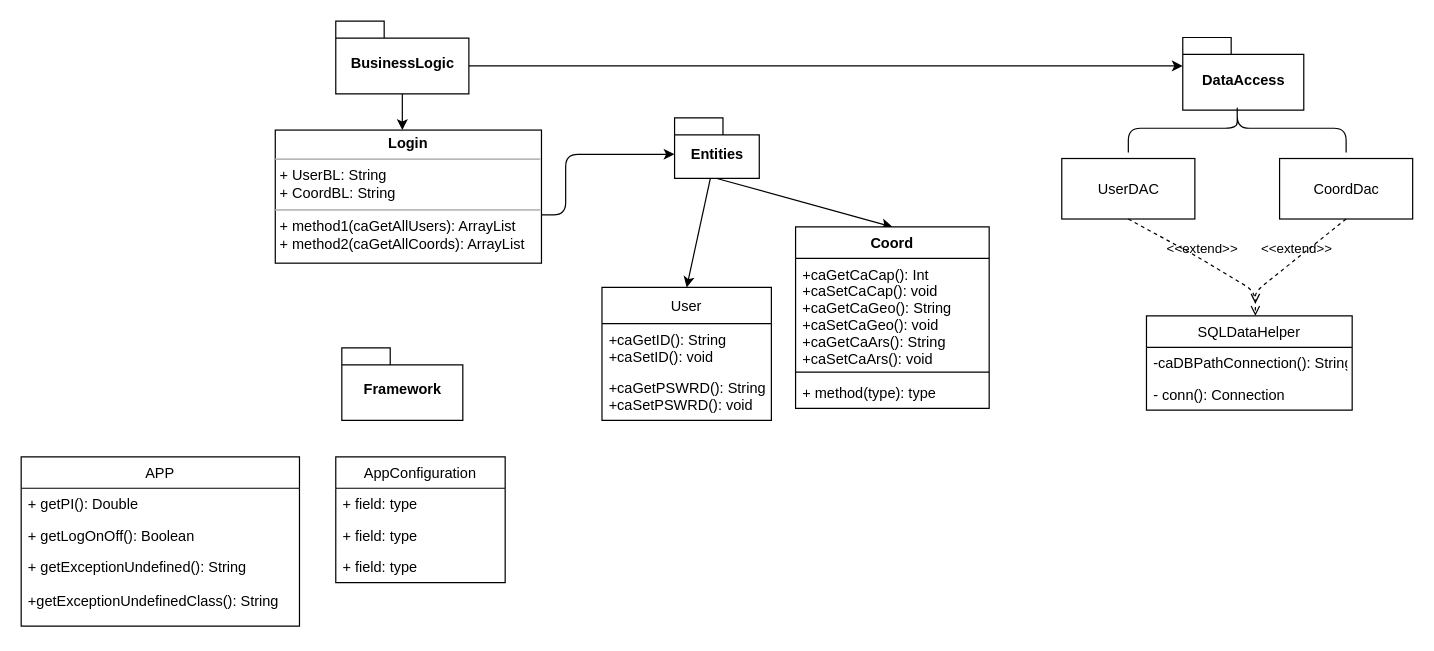
Earlier version of the draw.io diagram resources/diagUML.drawio (Alejololer/Examen). Source tidied: cells renumbered, new cells numbered last; positions are measured from the earlier drawing's top-left corner, leaving out a move shared by most shapes. Both pictures are drawn from the tidied source at 121%, with x=0, y=0 at pixel (21, 18).
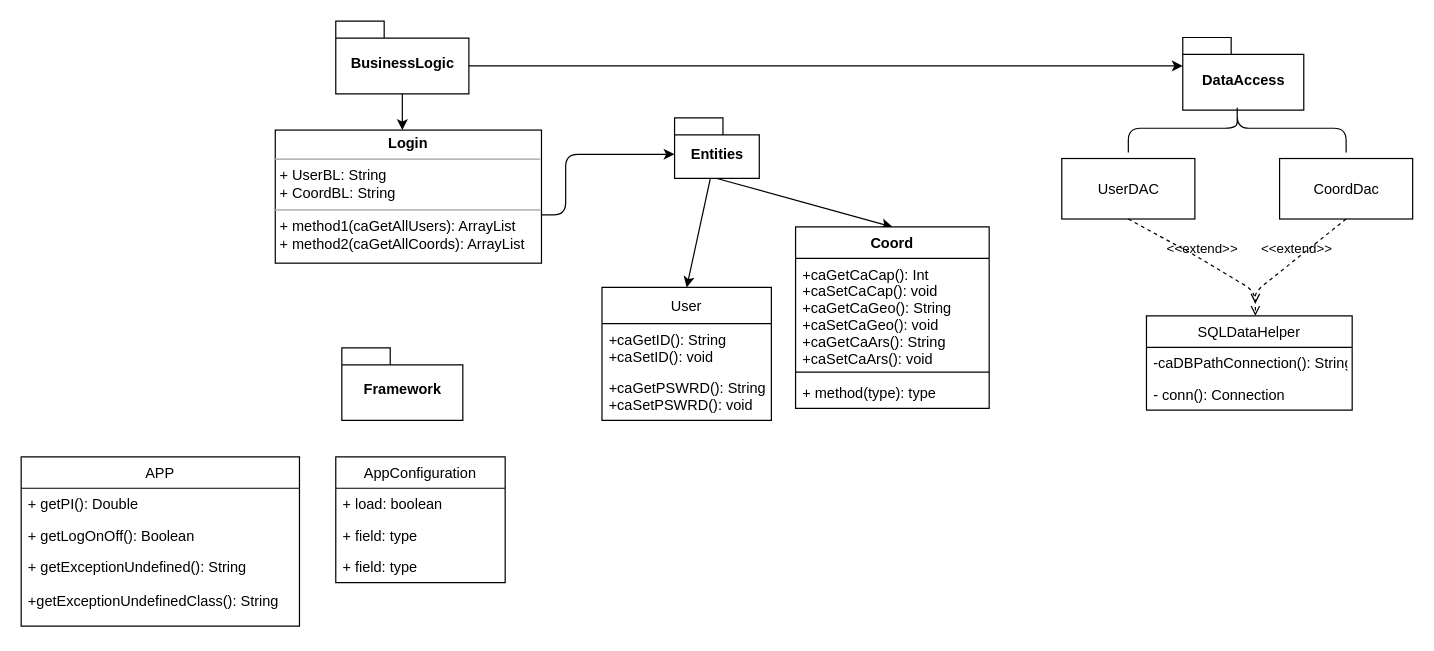
The same diagram, later.

Unchanged cells that the change refers to:
```xml
<mxCell id="31" value="AppConfiguration" style="swimlane;fontStyle=0;horizontal=1;startSize=26;fillColor=none;" parent="1" vertex="1">
  <mxGeometry x="260" y="362" width="140" height="104" as="geometry" />
</mxCell>
```

Diff of the diagram source:
```diff
@@
-    <mxCell id="32" value="+ field: type" style="text;strokeColor=none;fillColor=none;align=left;verticalAlign=top;spacingLeft=4;spacingRight=4;overflow=hidden;" parent="31" vertex="1">
+    <mxCell id="32" value="+ load: boolean" style="text;strokeColor=none;fillColor=none;align=left;verticalAlign=top;spacingLeft=4;spacingRight=4;overflow=hidden;" parent="31" vertex="1">
       <mxGeometry y="26" width="140" height="26" as="geometry" />
     </mxCell>
```
